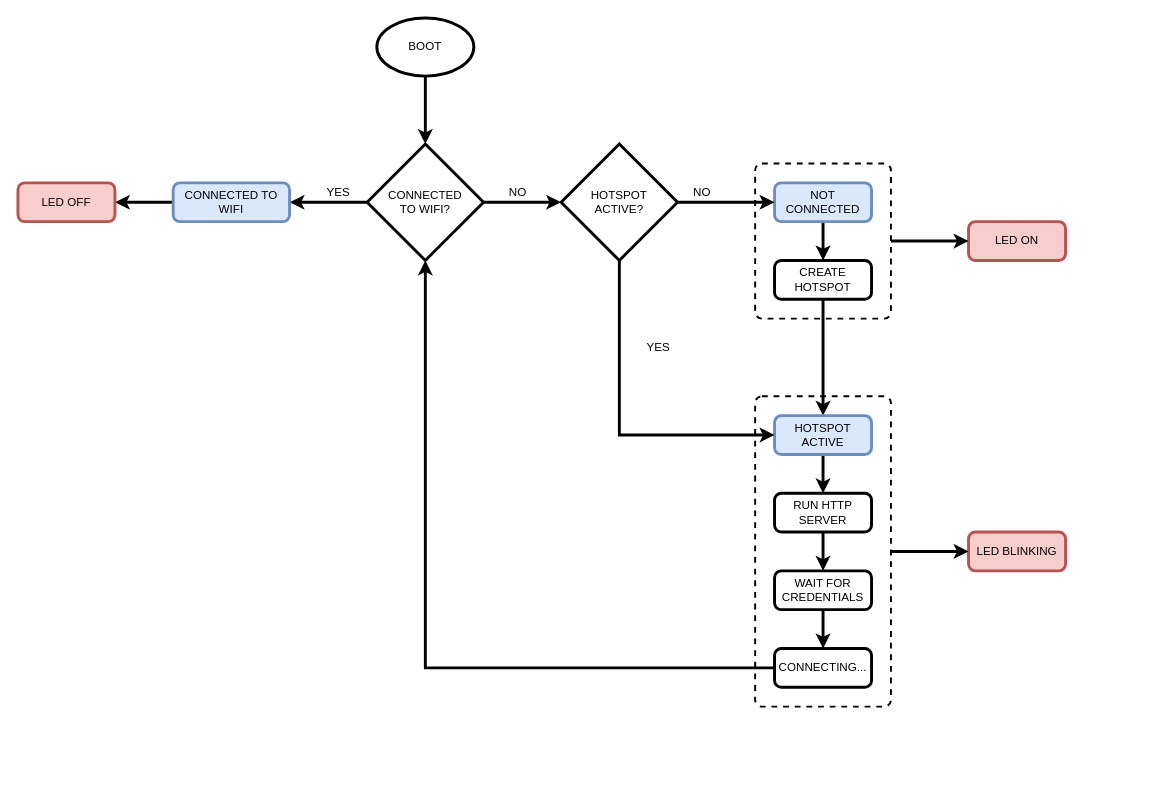
This is network_schema.drawio from leminrock/doc, a draw.io file, before an edit. Source tidied: cells renumbered, new cells numbered last; positions are measured from the earlier drawing's top-left corner, leaving out a move shared by most shapes. Both pictures are drawn from the tidied source at 97%, with x=0, y=0 at pixel (17, 17).
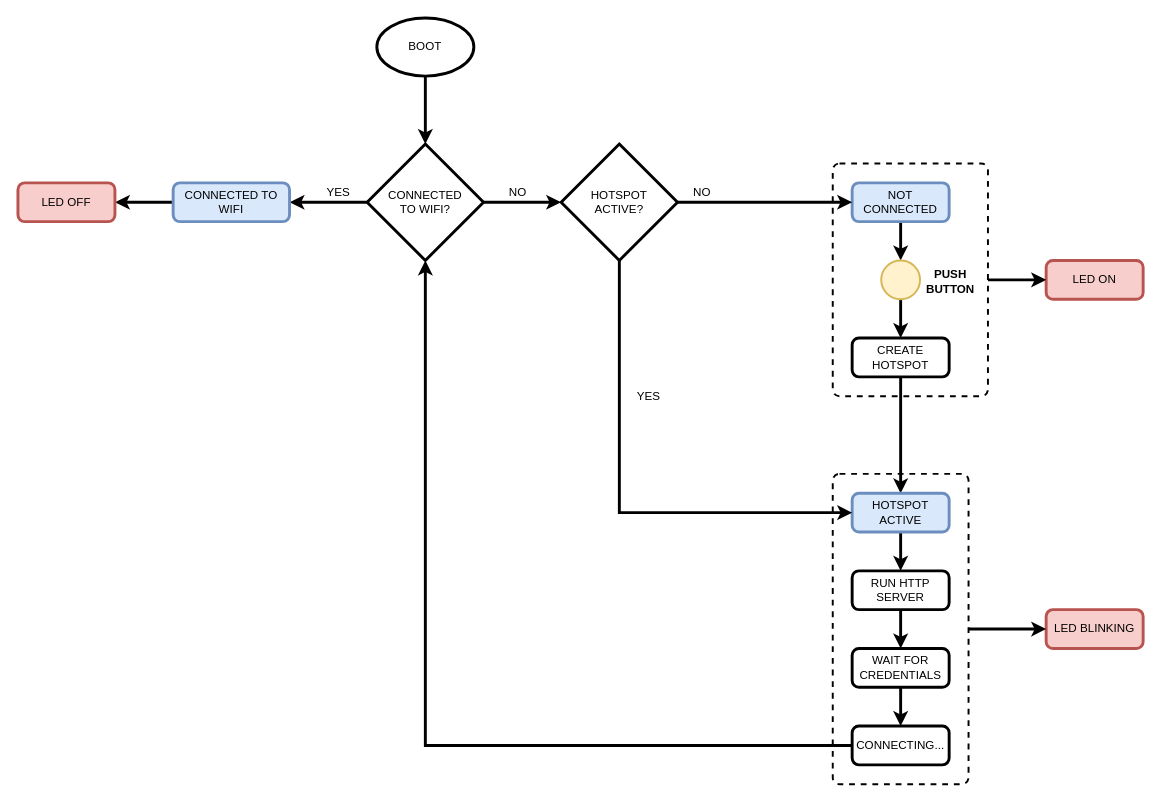
After the change.

What changed in the source:
```diff
@@
-    <mxCell id="2" style="rounded=1;whiteSpace=wrap;html=1;absoluteArcSize=1;arcSize=14;strokeWidth=2;fillColor=none;dashed=1;" parent="1" vertex="1">
-      <mxGeometry x="760" y="150" width="140" height="160" as="geometry" />
-    </mxCell>
+    <mxCell id="35" style="rounded=1;whiteSpace=wrap;html=1;absoluteArcSize=1;arcSize=14;strokeWidth=2;fillColor=none;dashed=1;" parent="1" vertex="1">
+      <mxGeometry x="840" y="150" width="160" height="240" as="geometry" />
+    </mxCell>
     <mxCell id="3" style="rounded=1;whiteSpace=wrap;html=1;absoluteArcSize=1;arcSize=14;strokeWidth=2;fillColor=none;dashed=1;" parent="1" vertex="1">
-      <mxGeometry x="760" y="390" width="140" height="320" as="geometry" />
+      <mxGeometry x="840" y="470" width="140" height="320" as="geometry" />
     </mxCell>
@@
-    <mxCell id="7" style="edgeStyle=orthogonalEdgeStyle;rounded=0;jettySize=auto;html=1;entryX=0.5;entryY=0;entryDx=0;entryDy=0;strokeWidth=3;" parent="1" edge="1" source="8" target="13">
+    <mxCell id="7" style="edgeStyle=orthogonalEdgeStyle;rounded=0;jettySize=auto;html=1;strokeWidth=3;" parent="1" edge="1" source="8" target="37">
       <mxGeometry relative="1" as="geometry" />
     </mxCell>
     <mxCell id="8" value="NOT CONNECTED" style="rounded=1;whiteSpace=wrap;html=1;absoluteArcSize=1;arcSize=14;strokeWidth=3;fillColor=#dae8fc;strokeColor=#6c8ebf;" parent="1" vertex="1">
-      <mxGeometry x="780" y="170" width="100" height="40" as="geometry" />
+      <mxGeometry x="860" y="170" width="100" height="40" as="geometry" />
     </mxCell>
@@
     <mxCell id="11" value="LED ON" style="rounded=1;whiteSpace=wrap;html=1;absoluteArcSize=1;arcSize=14;strokeWidth=3;fillColor=#f8cecc;strokeColor=#b85450;" parent="1" vertex="1">
-      <mxGeometry x="980" y="210" width="100" height="40" as="geometry" />
+      <mxGeometry x="1060" y="250" width="100" height="40" as="geometry" />
     </mxCell>
@@
     <mxCell id="13" value="CREATE HOTSPOT" style="rounded=1;whiteSpace=wrap;html=1;absoluteArcSize=1;arcSize=14;strokeWidth=3;" parent="1" vertex="1">
-      <mxGeometry x="780" y="250" width="100" height="40" as="geometry" />
+      <mxGeometry x="860" y="330" width="100" height="40" as="geometry" />
     </mxCell>
@@
     <mxCell id="15" value="HOTSPOT ACTIVE" style="rounded=1;whiteSpace=wrap;html=1;absoluteArcSize=1;arcSize=14;strokeWidth=3;fillColor=#dae8fc;strokeColor=#6c8ebf;" parent="1" vertex="1">
-      <mxGeometry x="780" y="410" width="100" height="40" as="geometry" />
+      <mxGeometry x="860" y="490" width="100" height="40" as="geometry" />
     </mxCell>
     <mxCell id="16" value="LED BLINKING" style="rounded=1;whiteSpace=wrap;html=1;absoluteArcSize=1;arcSize=14;strokeWidth=3;fillColor=#f8cecc;strokeColor=#b85450;" parent="1" vertex="1">
-      <mxGeometry x="980" y="530" width="100" height="40" as="geometry" />
+      <mxGeometry x="1060" y="610" width="100" height="40" as="geometry" />
     </mxCell>
@@
     <mxCell id="18" value="RUN HTTP SERVER" style="rounded=1;whiteSpace=wrap;html=1;absoluteArcSize=1;arcSize=14;strokeWidth=3;" parent="1" vertex="1">
-      <mxGeometry x="780" y="490" width="100" height="40" as="geometry" />
+      <mxGeometry x="860" y="570" width="100" height="40" as="geometry" />
     </mxCell>
@@
     <mxCell id="20" value="WAIT FOR CREDENTIALS" style="rounded=1;whiteSpace=wrap;html=1;absoluteArcSize=1;arcSize=14;strokeWidth=3;" parent="1" vertex="1">
-      <mxGeometry x="780" y="570" width="100" height="40" as="geometry" />
+      <mxGeometry x="860" y="650" width="100" height="40" as="geometry" />
     </mxCell>
@@
     <mxCell id="25" value="CONNECTING..." style="rounded=1;whiteSpace=wrap;html=1;absoluteArcSize=1;arcSize=14;strokeWidth=3;" parent="1" vertex="1">
-      <mxGeometry x="780" y="650" width="100" height="40" as="geometry" />
+      <mxGeometry x="860" y="730" width="100" height="40" as="geometry" />
     </mxCell>
@@
     <mxCell id="30" value="YES" style="text;html=1;align=center;verticalAlign=middle;strokeColor=none;fillColor=none;" parent="1" vertex="1">
-      <mxGeometry x="640" y="330" width="40" height="20" as="geometry" />
+      <mxGeometry x="630" y="380" width="40" height="20" as="geometry" />
     </mxCell>
@@
-    <mxCell id="32" style="edgeStyle=orthogonalEdgeStyle;rounded=0;jettySize=auto;html=1;strokeWidth=3;" parent="1" edge="1" source="2" target="11">
-      <mxGeometry relative="1" as="geometry" />
-    </mxCell>
@@
+    <mxCell id="36" style="edgeStyle=orthogonalEdgeStyle;rounded=0;jettySize=auto;html=1;entryX=0.5;entryY=0;entryDx=0;entryDy=0;strokeWidth=3;" parent="1" edge="1" source="37" target="13">
+      <mxGeometry relative="1" as="geometry" />
+    </mxCell>
+    <mxCell id="37" style="strokeWidth=2;html=1;shape=mxgraph.flowchart.start_2;whiteSpace=wrap;fillColor=#fff2cc;strokeColor=#d6b656;" parent="1" vertex="1">
+      <mxGeometry x="890" y="250" width="40" height="40" as="geometry" />
+    </mxCell>
+    <mxCell id="38" value="PUSH&lt;br&gt;BUTTON" style="text;html=1;align=center;verticalAlign=middle;strokeColor=none;fillColor=none;fontStyle=1;" parent="1" vertex="1">
+      <mxGeometry x="926" y="257" width="70" height="30" as="geometry" />
+    </mxCell>
+    <mxCell id="39" style="edgeStyle=orthogonalEdgeStyle;rounded=0;jettySize=auto;html=1;strokeWidth=3;" parent="1" edge="1" source="35" target="11">
+      <mxGeometry relative="1" as="geometry" />
+    </mxCell>
```
